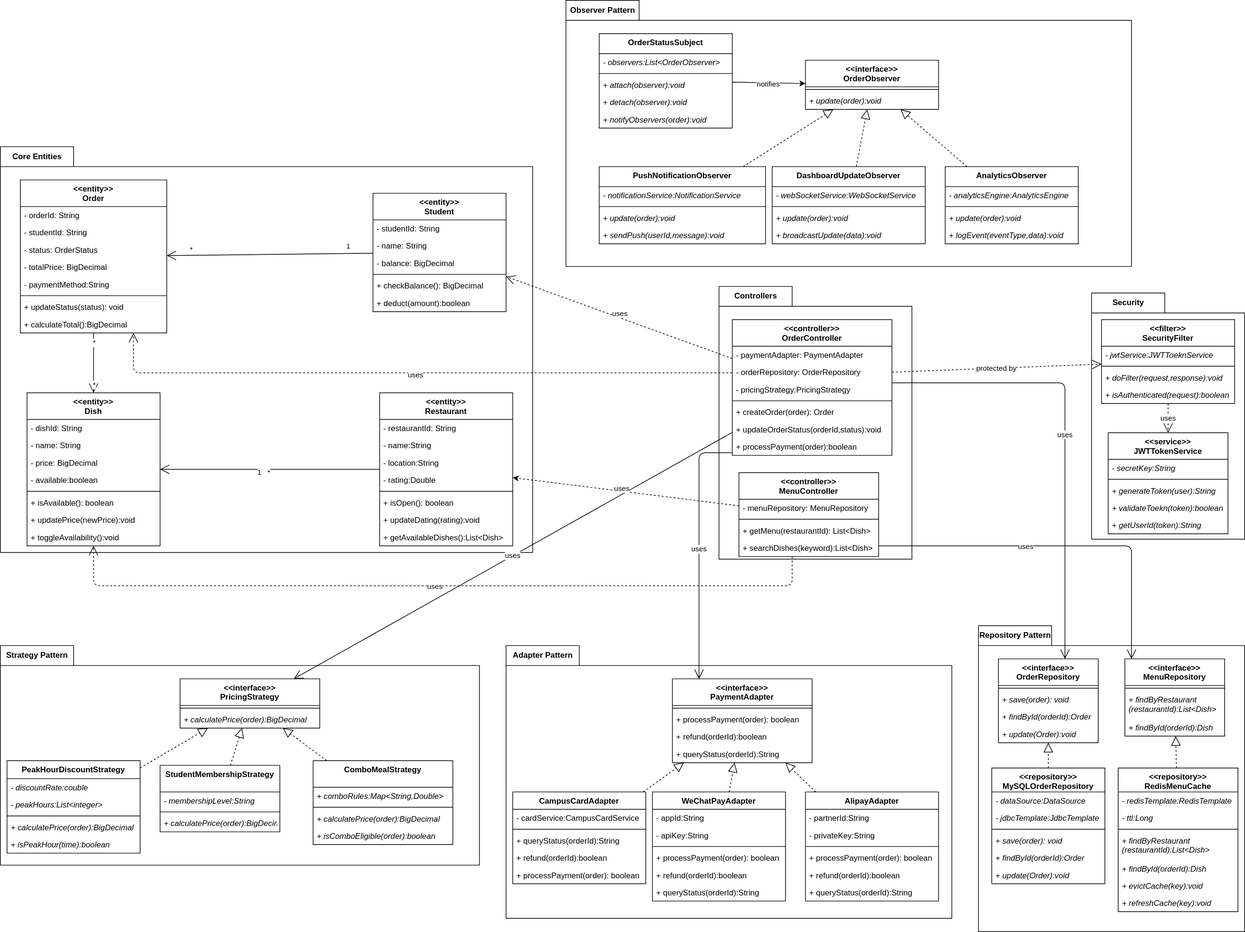
qianlinnian/se_sad_project keeps this draw.io diagram as Assignment3/diagrams/cd_ordermeal_patterns.svg. Above is the earlier version. Source tidied: cells renumbered, new cells last; positions are measured from the earlier drawing's top-left corner, leaving out a move shared by most shapes.
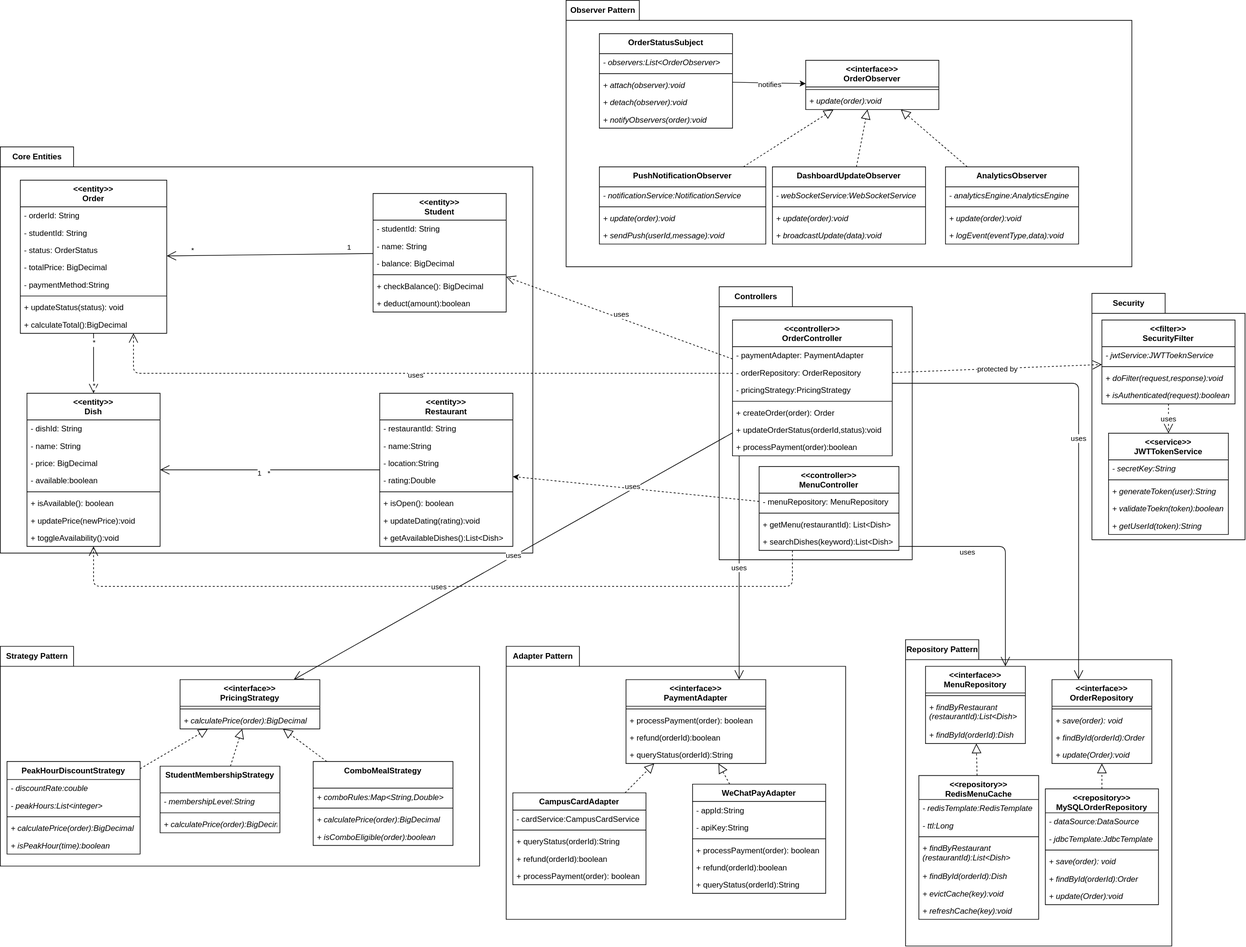
After the change.

Commit message:
修改架构图，和部分内容。

Diff of the diagram source:
```diff
@@ -3,10 +3,10 @@
     <mxCell id="0" />
     <mxCell id="1" parent="0" />
     <mxCell id="2" value="Repository Pattern" style="shape=folder;fontStyle=1;tabWidth=110;tabHeight=30;tabPosition=left;html=1;boundedLbl=1;labelInHeader=1;fillColor=#ffffff;strokeColor=#000000;" parent="1" vertex="1">
-      <mxGeometry x="1470" y="940" width="400" height="460" as="geometry" />
+      <mxGeometry x="1360" y="960" width="400" height="460" as="geometry" />
     </mxCell>
     <mxCell id="3" value="&lt;&lt;interface&gt;&gt;&#10;OrderRepository" style="swimlane;fontStyle=1;align=center;verticalAlign=top;horizontal=1;startSize=40;" parent="2" vertex="1">
-      <mxGeometry x="30" y="50" width="150" height="126" as="geometry" />
+      <mxGeometry x="220" y="60" width="150" height="126" as="geometry" />
     </mxCell>
     <mxCell id="4" style="line;strokeWidth=1;fillColor=none;align=left;verticalAlign=middle;spacingTop=-1;spacingLeft=3;spacingRight=3;labelPosition=right;" parent="3" vertex="1">
       <mxGeometry y="40" width="150" height="8" as="geometry" />
@@ -20,20 +20,8 @@
     <mxCell id="7" value="+ update(Order):void" style="text;strokeColor=none;fillColor=none;align=left;verticalAlign=top;spacingLeft=4;spacingRight=4;overflow=hidden;fontStyle=2;" parent="3" vertex="1">
       <mxGeometry y="100" width="150" height="26" as="geometry" />
     </mxCell>
-    <mxCell id="8" value="&lt;&lt;interface&gt;&gt;&#10;MenuRepository" style="swimlane;fontStyle=1;align=center;verticalAlign=top;horizontal=1;startSize=40;" parent="2" vertex="1">
-      <mxGeometry x="220" y="50" width="150" height="116" as="geometry" />
-    </mxCell>
-    <mxCell id="9" style="line;strokeWidth=1;fillColor=none;align=left;verticalAlign=middle;spacingTop=-1;spacingLeft=3;spacingRight=3;labelPosition=right;" parent="8" vertex="1">
-      <mxGeometry y="40" width="150" height="8" as="geometry" />
-    </mxCell>
-    <mxCell id="10" value="+ findByRestaurant&#10;(restaurantId):List&lt;Dish&gt;" style="text;strokeColor=none;fillColor=none;align=left;verticalAlign=top;spacingLeft=4;spacingRight=4;overflow=hidden;fontStyle=2;" parent="8" vertex="1">
-      <mxGeometry y="48" width="150" height="42" as="geometry" />
-    </mxCell>
-    <mxCell id="11" value="+ findById(orderId):Dish" style="text;strokeColor=none;fillColor=none;align=left;verticalAlign=top;spacingLeft=4;spacingRight=4;overflow=hidden;fontStyle=2;" parent="8" vertex="1">
-      <mxGeometry y="90" width="150" height="26" as="geometry" />
-    </mxCell>
     <mxCell id="12" value="&lt;&lt;repository&gt;&gt;&#10;MySQLOrderRepository" style="swimlane;fontStyle=1;align=center;verticalAlign=top;horizontal=1;startSize=36;labelBackgroundColor=none;" parent="2" vertex="1">
-      <mxGeometry x="20" y="214" width="170" height="174" as="geometry" />
+      <mxGeometry x="210" y="224" width="170" height="174" as="geometry" />
     </mxCell>
     <mxCell id="13" value="- dataSource:DataSource" style="text;strokeColor=none;fillColor=none;align=left;verticalAlign=top;spacingLeft=4;spacingRight=4;overflow=hidden;fontStyle=2;" parent="12" vertex="1">
       <mxGeometry y="36" width="170" height="26" as="geometry" />
@@ -53,8 +41,20 @@
     <mxCell id="18" value="+ update(Order):void" style="text;strokeColor=none;fillColor=none;align=left;verticalAlign=top;spacingLeft=4;spacingRight=4;overflow=hidden;fontStyle=2;" parent="12" vertex="1">
       <mxGeometry y="148" width="170" height="26" as="geometry" />
     </mxCell>
+    <mxCell id="8" value="&lt;&lt;interface&gt;&gt;&#10;MenuRepository" style="swimlane;fontStyle=1;align=center;verticalAlign=top;horizontal=1;startSize=40;" parent="2" vertex="1">
+      <mxGeometry x="30" y="40" width="150" height="116" as="geometry" />
+    </mxCell>
+    <mxCell id="9" style="line;strokeWidth=1;fillColor=none;align=left;verticalAlign=middle;spacingTop=-1;spacingLeft=3;spacingRight=3;labelPosition=right;" parent="8" vertex="1">
+      <mxGeometry y="40" width="150" height="8" as="geometry" />
+    </mxCell>
+    <mxCell id="10" value="+ findByRestaurant&#10;(restaurantId):List&lt;Dish&gt;" style="text;strokeColor=none;fillColor=none;align=left;verticalAlign=top;spacingLeft=4;spacingRight=4;overflow=hidden;fontStyle=2;" parent="8" vertex="1">
+      <mxGeometry y="48" width="150" height="42" as="geometry" />
+    </mxCell>
+    <mxCell id="11" value="+ findById(orderId):Dish" style="text;strokeColor=none;fillColor=none;align=left;verticalAlign=top;spacingLeft=4;spacingRight=4;overflow=hidden;fontStyle=2;" parent="8" vertex="1">
+      <mxGeometry y="90" width="150" height="26" as="geometry" />
+    </mxCell>
     <mxCell id="19" value="&lt;&lt;repository&gt;&gt;&#10;RedisMenuCache" style="swimlane;fontStyle=1;align=center;verticalAlign=top;horizontal=1;startSize=36;" parent="2" vertex="1">
-      <mxGeometry x="210" y="214" width="180" height="216" as="geometry" />
+      <mxGeometry x="20" y="204" width="180" height="216" as="geometry" />
     </mxCell>
     <mxCell id="20" value="- redisTemplate:RedisTemplate" style="text;strokeColor=none;fillColor=none;align=left;verticalAlign=top;spacingLeft=4;spacingRight=4;overflow=hidden;fontStyle=2;" parent="19" vertex="1">
       <mxGeometry y="36" width="180" height="26" as="geometry" />
@@ -77,6 +77,9 @@
     <mxCell id="26" value="+ refreshCache(key):void" style="text;strokeColor=none;fillColor=none;align=left;verticalAlign=top;spacingLeft=4;spacingRight=4;overflow=hidden;fontStyle=2;" parent="19" vertex="1">
       <mxGeometry y="190" width="180" height="26" as="geometry" />
     </mxCell>
+    <mxCell id="150" style="endArrow=block;dashed=1;endFill=0;endSize=12;html=1;" parent="2" edge="1" source="19" target="8">
+      <mxGeometry relative="1" as="geometry" />
+    </mxCell>
     <mxCell id="27" value="Core Entities" style="shape=folder;fontStyle=1;tabWidth=110;tabHeight=30;tabPosition=left;html=1;boundedLbl=1;labelInHeader=1;fillColor=#ffffff;strokeColor=#000000;" parent="1" vertex="1">
       <mxGeometry y="220" width="800" height="610" as="geometry" />
     </mxCell>
@@ -210,7 +213,7 @@
       <mxGeometry y="178" width="240" height="26" as="geometry" />
     </mxCell>
     <mxCell id="71" value="&lt;&lt;controller&gt;&gt;&#10;MenuController" style="swimlane;fontStyle=1;align=center;verticalAlign=top;horizontal=1;startSize=40;" parent="62" vertex="1">
-      <mxGeometry x="30" y="280" width="210" height="126" as="geometry" />
+      <mxGeometry x="60" y="270" width="210" height="126" as="geometry" />
     </mxCell>
     <mxCell id="72" value="- menuRepository: MenuRepository" style="text;strokeColor=none;fillColor=none;align=left;verticalAlign=top;spacingLeft=4;spacingRight=4;overflow=hidden;" parent="71" vertex="1">
       <mxGeometry y="40" width="210" height="26" as="geometry" />
@@ -450,17 +453,14 @@
     <mxCell id="149" style="endArrow=block;dashed=1;endFill=0;endSize=12;html=1;" parent="1" edge="1" source="12" target="3">
       <mxGeometry relative="1" as="geometry" />
     </mxCell>
-    <mxCell id="150" style="endArrow=block;dashed=1;endFill=0;endSize=12;html=1;" parent="1" edge="1" source="19" target="8">
-      <mxGeometry relative="1" as="geometry" />
-    </mxCell>
     <mxCell id="151" value="uses" style="endArrow=open;endSize=12;html=1;" parent="1" edge="1" source="63" target="77">
       <mxGeometry relative="1" as="geometry" />
     </mxCell>
     <mxCell id="152" value="Adapter Pattern" style="shape=folder;fontStyle=1;tabWidth=110;tabHeight=30;tabPosition=left;html=1;boundedLbl=1;labelInHeader=1;fillColor=#ffffff;strokeColor=#000000;" parent="1" vertex="1">
-      <mxGeometry x="760" y="970" width="670" height="410" as="geometry" />
+      <mxGeometry x="760" y="970" width="510" height="410" as="geometry" />
     </mxCell>
     <mxCell id="153" value="&lt;&lt;interface&gt;&gt;&#10;PaymentAdapter" style="swimlane;fontStyle=1;align=center;verticalAlign=top;horizontal=1;startSize=40;" parent="152" vertex="1">
-      <mxGeometry x="250" y="50" width="210" height="126" as="geometry" />
+      <mxGeometry x="180" y="50" width="210" height="126" as="geometry" />
     </mxCell>
     <mxCell id="154" style="line;strokeWidth=1;fillColor=none;align=left;verticalAlign=middle;spacingTop=-1;spacingLeft=3;spacingRight=3;labelPosition=right;" parent="153" vertex="1">
       <mxGeometry y="40" width="210" height="8" as="geometry" />
@@ -493,7 +493,7 @@
       <mxGeometry y="112" width="200" height="26" as="geometry" />
     </mxCell>
     <mxCell id="164" value="WeChatPayAdapter" style="swimlane;fontStyle=1;align=center;verticalAlign=top;horizontal=1;startSize=26;" parent="152" vertex="1">
-      <mxGeometry x="220" y="220" width="200" height="164" as="geometry" />
+      <mxGeometry x="280" y="207" width="200" height="164" as="geometry" />
     </mxCell>
     <mxCell id="165" value="- appId:String" style="text;strokeColor=none;fillColor=none;align=left;verticalAlign=top;spacingLeft=4;spacingRight=4;overflow=hidden;fontStyle=0;" parent="164" vertex="1">
       <mxGeometry y="26" width="200" height="26" as="geometry" />
@@ -513,36 +513,12 @@
     <mxCell id="170" value="+ queryStatus(orderId):String" style="text;strokeColor=none;fillColor=none;align=left;verticalAlign=top;spacingLeft=4;spacingRight=4;overflow=hidden;fontStyle=0;" parent="164" vertex="1">
       <mxGeometry y="138" width="200" height="26" as="geometry" />
     </mxCell>
-    <mxCell id="171" value="AlipayAdapter" style="swimlane;fontStyle=1;align=center;verticalAlign=top;horizontal=1;startSize=26;" parent="152" vertex="1">
-      <mxGeometry x="450" y="220" width="200" height="164" as="geometry" />
-    </mxCell>
-    <mxCell id="172" value="- partnerId:String" style="text;strokeColor=none;fillColor=none;align=left;verticalAlign=top;spacingLeft=4;spacingRight=4;overflow=hidden;fontStyle=0;" parent="171" vertex="1">
-      <mxGeometry y="26" width="200" height="26" as="geometry" />
-    </mxCell>
-    <mxCell id="173" value="- privateKey:String" style="text;strokeColor=none;fillColor=none;align=left;verticalAlign=top;spacingLeft=4;spacingRight=4;overflow=hidden;fontStyle=0;" parent="171" vertex="1">
-      <mxGeometry y="52" width="200" height="26" as="geometry" />
-    </mxCell>
-    <mxCell id="174" style="line;strokeWidth=1;fillColor=none;align=left;verticalAlign=middle;spacingTop=-1;spacingLeft=3;spacingRight=3;labelPosition=right;" parent="171" vertex="1">
-      <mxGeometry y="78" width="200" height="8" as="geometry" />
-    </mxCell>
-    <mxCell id="175" value="+ processPayment(order): boolean" style="text;strokeColor=none;fillColor=none;align=left;verticalAlign=top;spacingLeft=4;spacingRight=4;overflow=hidden;fontStyle=0;" parent="171" vertex="1">
-      <mxGeometry y="86" width="200" height="26" as="geometry" />
-    </mxCell>
-    <mxCell id="176" value="+ refund(orderId):boolean" style="text;strokeColor=none;fillColor=none;align=left;verticalAlign=top;spacingLeft=4;spacingRight=4;overflow=hidden;fontStyle=0;" parent="171" vertex="1">
-      <mxGeometry y="112" width="200" height="26" as="geometry" />
-    </mxCell>
-    <mxCell id="177" value="+ queryStatus(orderId):String" style="text;strokeColor=none;fillColor=none;align=left;verticalAlign=top;spacingLeft=4;spacingRight=4;overflow=hidden;fontStyle=0;" parent="171" vertex="1">
-      <mxGeometry y="138" width="200" height="26" as="geometry" />
-    </mxCell>
     <mxCell id="178" style="endArrow=block;dashed=1;endFill=0;endSize=12;html=1;" parent="152" edge="1" source="158" target="153">
       <mxGeometry relative="1" as="geometry" />
     </mxCell>
     <mxCell id="179" style="endArrow=block;dashed=1;endFill=0;endSize=12;html=1;" parent="152" edge="1" source="164" target="153">
       <mxGeometry relative="1" as="geometry" />
     </mxCell>
-    <mxCell id="180" style="endArrow=block;dashed=1;endFill=0;endSize=12;html=1;" parent="152" edge="1" source="171" target="153">
-      <mxGeometry relative="1" as="geometry" />
-    </mxCell>
     <mxCell id="181" style="html=1;dashed=1;endSize=12;endArrow=open;endFill=0;" parent="1" edge="1" source="63" target="28">
       <mxGeometry relative="1" as="geometry" />
     </mxCell>
@@ -554,7 +530,8 @@
     <mxCell id="183" value="uses" style="endArrow=open;endSize=12;html=1;edgeStyle=orthogonalEdgeStyle;" parent="1" edge="1" source="63" target="153">
       <mxGeometry relative="1" as="geometry">
         <Array as="points">
-          <mxPoint x="1050" y="680" />
+          <mxPoint x="1110" y="860" />
+          <mxPoint x="1110" y="860" />
         </Array>
       </mxGeometry>
     </mxCell>
@@ -598,14 +575,14 @@
     <mxCell id="192" value="uses" style="endArrow=open;endSize=12;html=1;edgeStyle=orthogonalEdgeStyle;" parent="1" edge="1" source="63" target="3">
       <mxGeometry relative="1" as="geometry">
         <Array as="points">
-          <mxPoint x="1600" y="575" />
+          <mxPoint x="1620" y="575" />
         </Array>
       </mxGeometry>
     </mxCell>
     <mxCell id="193" style="html=1;endArrow=open;endFill=0;endSize=12;edgeStyle=orthogonalEdgeStyle;" parent="1" edge="1" source="71" target="8">
       <mxGeometry relative="1" as="geometry">
         <Array as="points">
-          <mxPoint x="1700" y="820" />
+          <mxPoint x="1510" y="820" />
         </Array>
       </mxGeometry>
     </mxCell>
```
